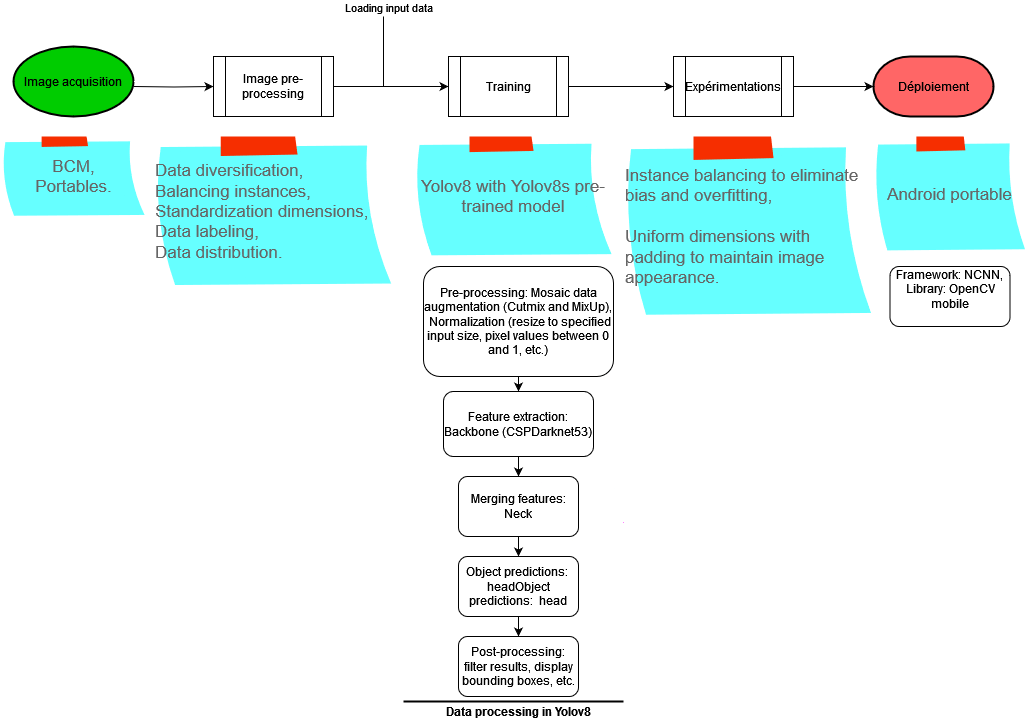
The draw.io diagram Ariary_recognition.drawio.png in bihoux/Repertoire_vaovao, before a commit. Source tidied: cells renumbered, new cells last; positions are measured from the earlier drawing's top-left corner, leaving out a move shared by most shapes.
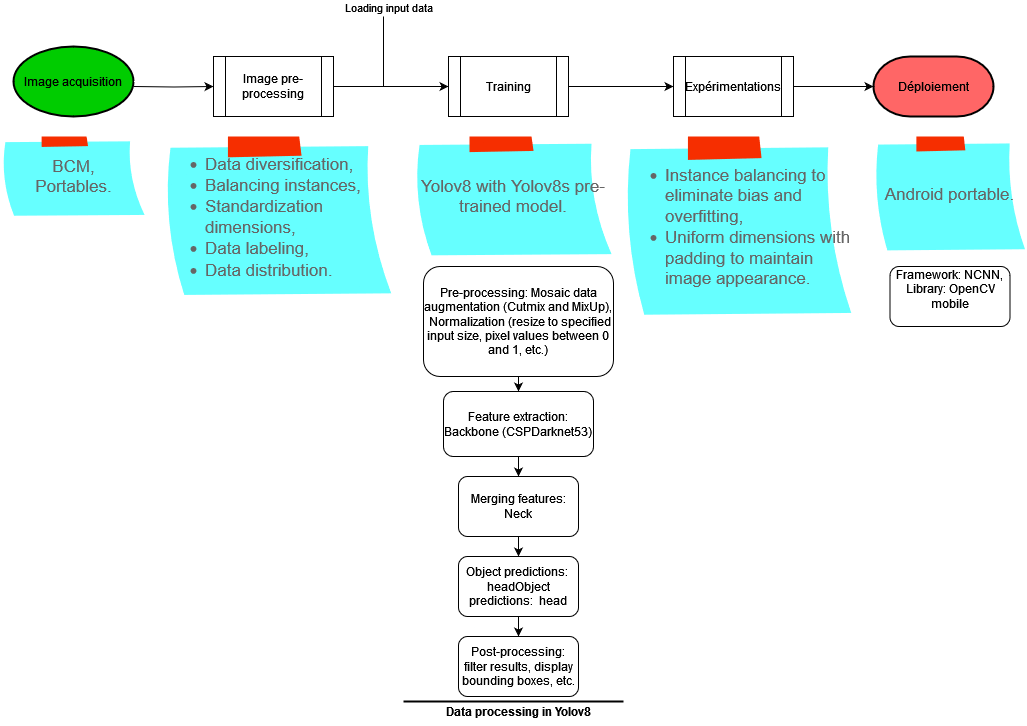
The same diagram one commit later.

Diff of the diagram source:
```diff
@@ -73,19 +73,19 @@
     <mxCell id="22" value="Déploiement" style="strokeWidth=2;html=1;shape=mxgraph.flowchart.terminator;whiteSpace=wrap;fillColor=#FF6666;" parent="1" vertex="1">
       <mxGeometry x="872" y="40" width="120" height="60" as="geometry" />
     </mxCell>
-    <mxCell id="23" value="&lt;div align=&quot;left&quot;&gt;Data diversification,&lt;br&gt;Balancing instances,&lt;br&gt;Standardization dimensions,&lt;br&gt;Data labeling,&amp;nbsp;&lt;/div&gt;&lt;div align=&quot;left&quot;&gt;Data distribution.&lt;/div&gt;" style="strokeWidth=1;shadow=0;dashed=0;align=left;html=1;shape=mxgraph.mockup.text.stickyNote2;fontColor=#666666;mainText=;fontSize=17;whiteSpace=wrap;fillColor=#66FFFF;strokeColor=#F62E00;" parent="1" vertex="1">
-      <mxGeometry x="152" y="120" width="240" height="150" as="geometry" />
+    <mxCell id="23" value="&lt;div align=&quot;left&quot;&gt;&lt;ul&gt;&lt;li&gt;Data diversification,&lt;/li&gt;&lt;li&gt;Balancing instances,&lt;/li&gt;&lt;li&gt;Standardization dimensions,&lt;/li&gt;&lt;li&gt;Data labeling,&amp;nbsp;&lt;/li&gt;&lt;li&gt;Data distribution.&lt;/li&gt;&lt;/ul&gt;&lt;/div&gt;" style="strokeWidth=1;shadow=0;dashed=0;align=left;html=1;shape=mxgraph.mockup.text.stickyNote2;fontColor=#666666;mainText=;fontSize=17;whiteSpace=wrap;fillColor=#66FFFF;strokeColor=#F62E00;" parent="1" vertex="1">
+      <mxGeometry x="162" y="120" width="230" height="160" as="geometry" />
     </mxCell>
-    <mxCell id="24" value="Yolov8 with Yolov8s pre-trained model" style="strokeWidth=1;shadow=0;dashed=0;align=center;html=1;shape=mxgraph.mockup.text.stickyNote2;fontColor=#666666;mainText=;fontSize=17;whiteSpace=wrap;fillColor=#66FFFF;strokeColor=#F62E00;" parent="1" vertex="1">
+    <mxCell id="24" value="Yolov8 with Yolov8s pre-trained model." style="strokeWidth=1;shadow=0;dashed=0;align=center;html=1;shape=mxgraph.mockup.text.stickyNote2;fontColor=#666666;mainText=;fontSize=17;whiteSpace=wrap;fillColor=#66FFFF;strokeColor=#F62E00;" parent="1" vertex="1">
       <mxGeometry x="412" y="120" width="200" height="120" as="geometry" />
     </mxCell>
-    <mxCell id="25" value="&lt;div align=&quot;left&quot;&gt;Instance balancing to eliminate bias and overfitting,&lt;/div&gt;&lt;div align=&quot;left&quot;&gt;&lt;br&gt;&lt;/div&gt;&lt;div align=&quot;left&quot;&gt;Uniform dimensions with padding to maintain image appearance.&lt;/div&gt;" style="strokeWidth=1;shadow=0;dashed=0;align=left;html=1;shape=mxgraph.mockup.text.stickyNote2;fontColor=#666666;mainText=;fontSize=17;whiteSpace=wrap;fillColor=#66FFFF;strokeColor=#F62E00;" parent="1" vertex="1">
-      <mxGeometry x="622" y="120" width="250" height="180" as="geometry" />
+    <mxCell id="25" value="&lt;div align=&quot;left&quot;&gt;&lt;ul&gt;&lt;li&gt;Instance balancing to eliminate bias and overfitting,&lt;/li&gt;&lt;li&gt;Uniform dimensions with padding to maintain image appearance.&lt;/li&gt;&lt;/ul&gt;&lt;/div&gt;" style="strokeWidth=1;shadow=0;dashed=0;align=left;html=1;shape=mxgraph.mockup.text.stickyNote2;fontColor=#666666;mainText=;fontSize=17;whiteSpace=wrap;fillColor=#66FFFF;strokeColor=#F62E00;" parent="1" vertex="1">
+      <mxGeometry x="622" y="120" width="230" height="180" as="geometry" />
     </mxCell>
     <mxCell id="26" value="BCM,&lt;br&gt;Portables." style="strokeWidth=1;shadow=0;dashed=0;align=center;html=1;shape=mxgraph.mockup.text.stickyNote2;fontColor=#666666;mainText=;fontSize=17;whiteSpace=wrap;fillColor=#66FFFF;strokeColor=#F62E00;" parent="1" vertex="1">
       <mxGeometry x="-0.5" y="120" width="145" height="80" as="geometry" />
     </mxCell>
-    <mxCell id="27" value="Android portable" style="strokeWidth=1;shadow=0;dashed=0;align=center;html=1;shape=mxgraph.mockup.text.stickyNote2;fontColor=#666666;mainText=;fontSize=17;whiteSpace=wrap;fillColor=#66FFFF;strokeColor=#F62E00;" parent="1" vertex="1">
+    <mxCell id="27" value="Android portable." style="strokeWidth=1;shadow=0;dashed=0;align=center;html=1;shape=mxgraph.mockup.text.stickyNote2;fontColor=#666666;mainText=;fontSize=17;whiteSpace=wrap;fillColor=#66FFFF;strokeColor=#F62E00;" parent="1" vertex="1">
       <mxGeometry x="872" y="120" width="153" height="115" as="geometry" />
     </mxCell>
     <mxCell id="28" style="endArrow=none;html=1;rounded=0;" parent="1" edge="1">
```
